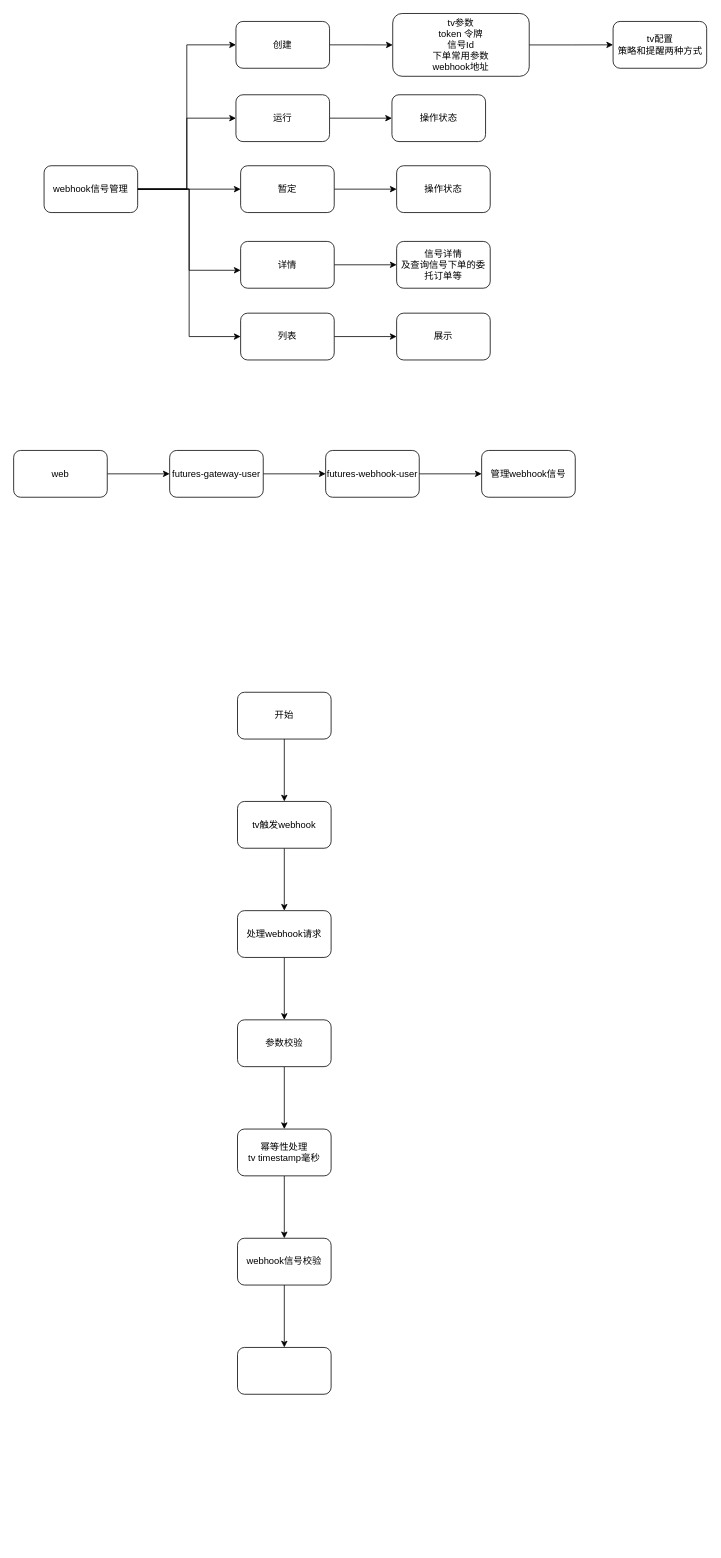
This is webhook.drawio from xu-xiwei/drawio, a draw.io file, before an edit. Source tidied: cells renumbered, new cells numbered last; positions are measured from the earlier drawing's top-left corner, leaving out a move shared by most shapes. Both pictures are drawn from the tidied source at 78%, with x=0, y=0 at pixel (13, 13).
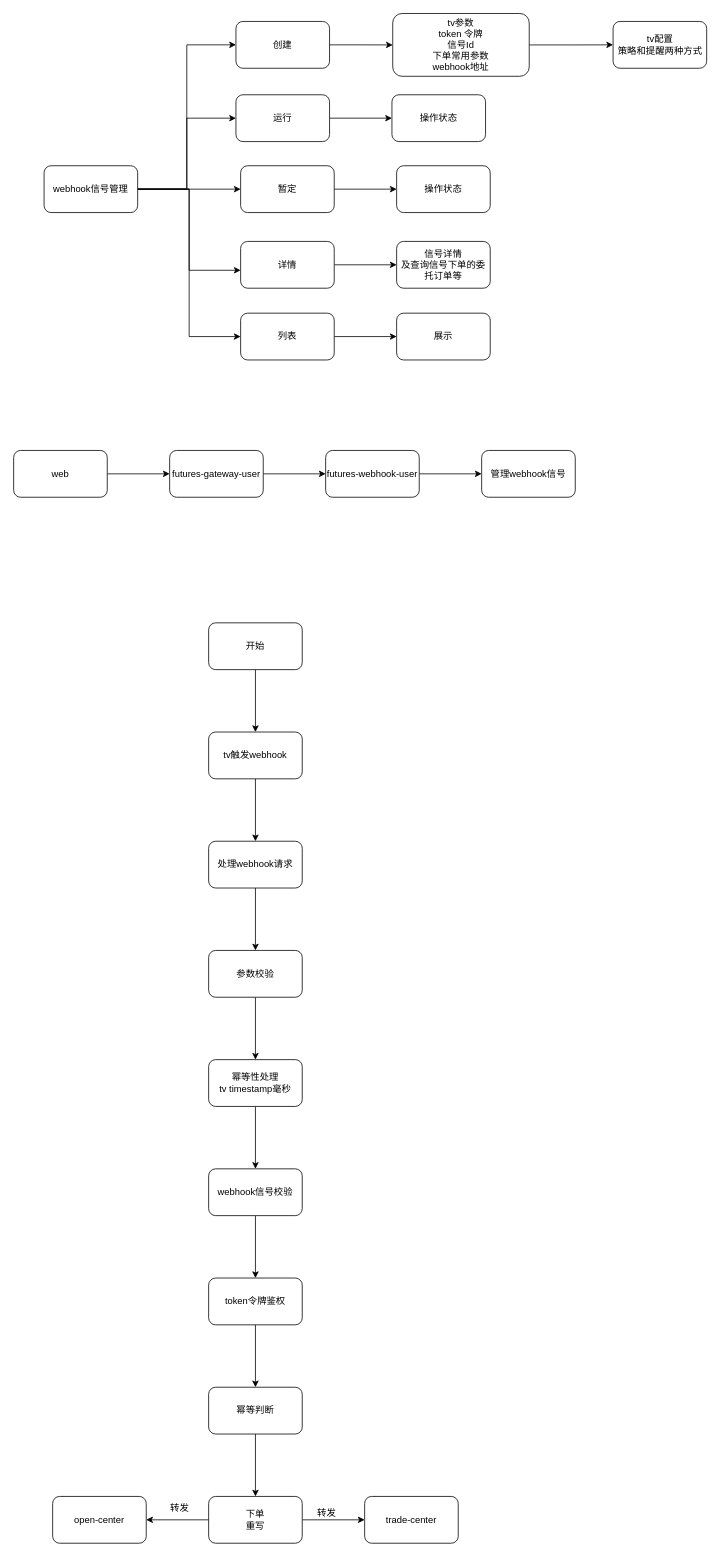
The same page after the edit.

What changed in the source:
```diff
@@
     <mxCell id="26" value="开始" style="rounded=1;whiteSpace=wrap;html=1;" parent="1" vertex="1">
-      <mxGeometry x="287" y="870" width="120" height="60" as="geometry" />
+      <mxGeometry x="250" y="781" width="120" height="60" as="geometry" />
     </mxCell>
@@
     <mxCell id="28" value="tv触发webhook" style="whiteSpace=wrap;html=1;rounded=1;" parent="1" vertex="1">
-      <mxGeometry x="287" y="1010" width="120" height="60" as="geometry" />
+      <mxGeometry x="250" y="921" width="120" height="60" as="geometry" />
     </mxCell>
@@
     <mxCell id="30" value="处理webhook请求" style="whiteSpace=wrap;html=1;rounded=1;" parent="1" vertex="1">
-      <mxGeometry x="287" y="1150" width="120" height="60" as="geometry" />
+      <mxGeometry x="250" y="1061" width="120" height="60" as="geometry" />
     </mxCell>
@@
     <mxCell id="32" value="参数校验" style="whiteSpace=wrap;html=1;rounded=1;" parent="1" vertex="1">
-      <mxGeometry x="287" y="1290" width="120" height="60" as="geometry" />
+      <mxGeometry x="250" y="1201" width="120" height="60" as="geometry" />
     </mxCell>
@@
     <mxCell id="34" value="幂等性处理&lt;div&gt;tv timestamp毫秒&lt;/div&gt;" style="whiteSpace=wrap;html=1;rounded=1;" parent="1" vertex="1">
-      <mxGeometry x="287" y="1430" width="120" height="60" as="geometry" />
+      <mxGeometry x="250" y="1341" width="120" height="60" as="geometry" />
     </mxCell>
@@
     <mxCell id="36" value="webhook信号校验" style="whiteSpace=wrap;html=1;rounded=1;" parent="1" vertex="1">
-      <mxGeometry x="287" y="1570" width="120" height="60" as="geometry" />
+      <mxGeometry x="250" y="1481" width="120" height="60" as="geometry" />
     </mxCell>
+    <mxCell id="45" style="edgeStyle=orthogonalEdgeStyle;rounded=0;jettySize=auto;html=1;" parent="1" edge="1" source="37" target="47">
+      <mxGeometry relative="1" as="geometry" />
+    </mxCell>
-    <mxCell id="37" style="whiteSpace=wrap;html=1;rounded=1;" parent="1" vertex="1">
-      <mxGeometry x="287" y="1710" width="120" height="60" as="geometry" />
+    <mxCell id="37" value="token令牌鉴权" style="whiteSpace=wrap;html=1;rounded=1;" parent="1" vertex="1">
+      <mxGeometry x="250" y="1621" width="120" height="60" as="geometry" />
     </mxCell>
@@
+    <mxCell id="46" style="edgeStyle=orthogonalEdgeStyle;rounded=0;jettySize=auto;html=1;" parent="1" edge="1" source="47" target="50">
+      <mxGeometry relative="1" as="geometry" />
+    </mxCell>
+    <mxCell id="47" value="幂等判断" style="whiteSpace=wrap;html=1;rounded=1;" parent="1" vertex="1">
+      <mxGeometry x="250" y="1761" width="120" height="60" as="geometry" />
+    </mxCell>
+    <mxCell id="48" style="edgeStyle=orthogonalEdgeStyle;rounded=0;jettySize=auto;html=1;" parent="1" edge="1" source="50" target="51">
+      <mxGeometry relative="1" as="geometry" />
+    </mxCell>
+    <mxCell id="49" style="edgeStyle=orthogonalEdgeStyle;rounded=0;jettySize=auto;html=1;" parent="1" edge="1" source="50" target="52">
+      <mxGeometry relative="1" as="geometry" />
+    </mxCell>
+    <mxCell id="50" value="下单&lt;div&gt;重写&lt;/div&gt;" style="whiteSpace=wrap;html=1;rounded=1;" parent="1" vertex="1">
+      <mxGeometry x="250" y="1901" width="120" height="60" as="geometry" />
+    </mxCell>
+    <mxCell id="51" value="trade-center" style="whiteSpace=wrap;html=1;rounded=1;" parent="1" vertex="1">
+      <mxGeometry x="450" y="1901" width="120" height="60" as="geometry" />
+    </mxCell>
+    <mxCell id="52" value="open-center" style="whiteSpace=wrap;html=1;rounded=1;" parent="1" vertex="1">
+      <mxGeometry x="50" y="1901" width="120" height="60" as="geometry" />
+    </mxCell>
+    <mxCell id="53" value="转发" style="text;html=1;align=center;verticalAlign=middle;strokeColor=none;fillColor=none;" parent="1" vertex="1">
+      <mxGeometry x="380" y="1910" width="42" height="26" as="geometry" />
+    </mxCell>
+    <mxCell id="54" value="转发" style="text;strokeColor=none;align=center;fillColor=none;html=1;verticalAlign=middle;whiteSpace=wrap;rounded=0;" parent="1" vertex="1">
+      <mxGeometry x="183" y="1901" width="60" height="30" as="geometry" />
+    </mxCell>
```
